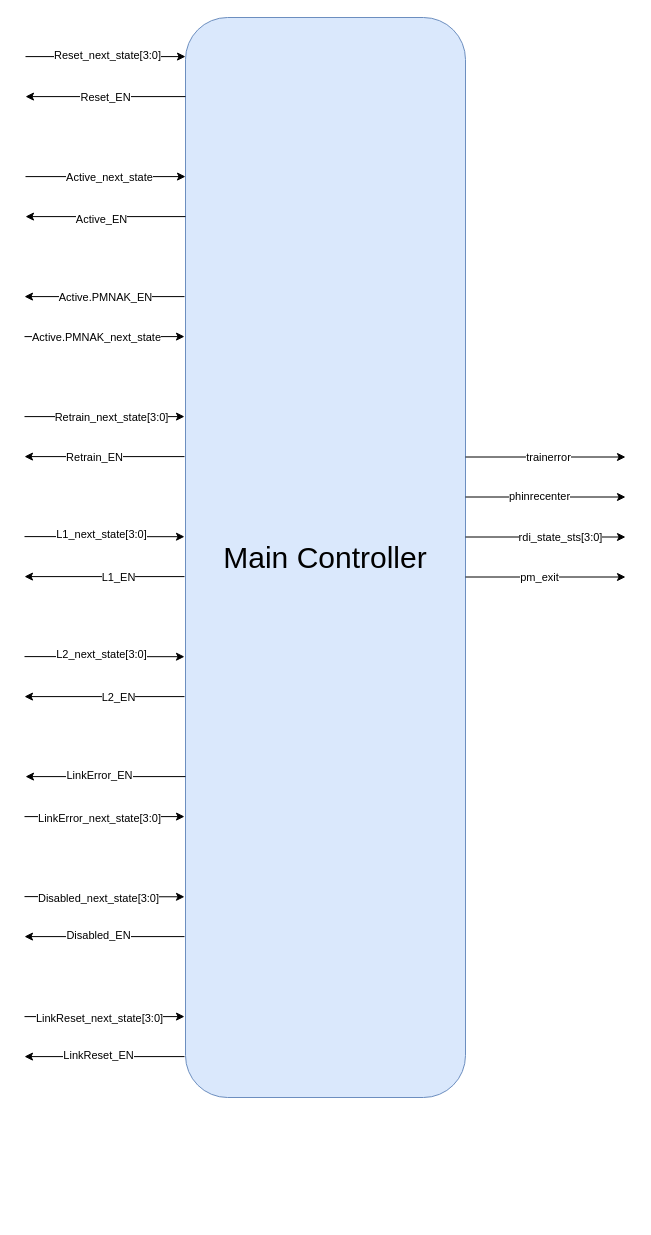
AbdallahMoSalah/UCIe-3.0-PHY-layer keeps this draw.io diagram as page "Main Controller" (11 of 20) of docs/SM/RDI_SM/RDI SM.drawio. Above is the earlier version. Source tidied: cells renumbered, new cells numbered last; positions are measured from the earlier drawing's top-left corner, leaving out a move shared by most shapes. Both pictures are drawn from the tidied source at 100%, with x=0, y=0 at pixel (24, 17).
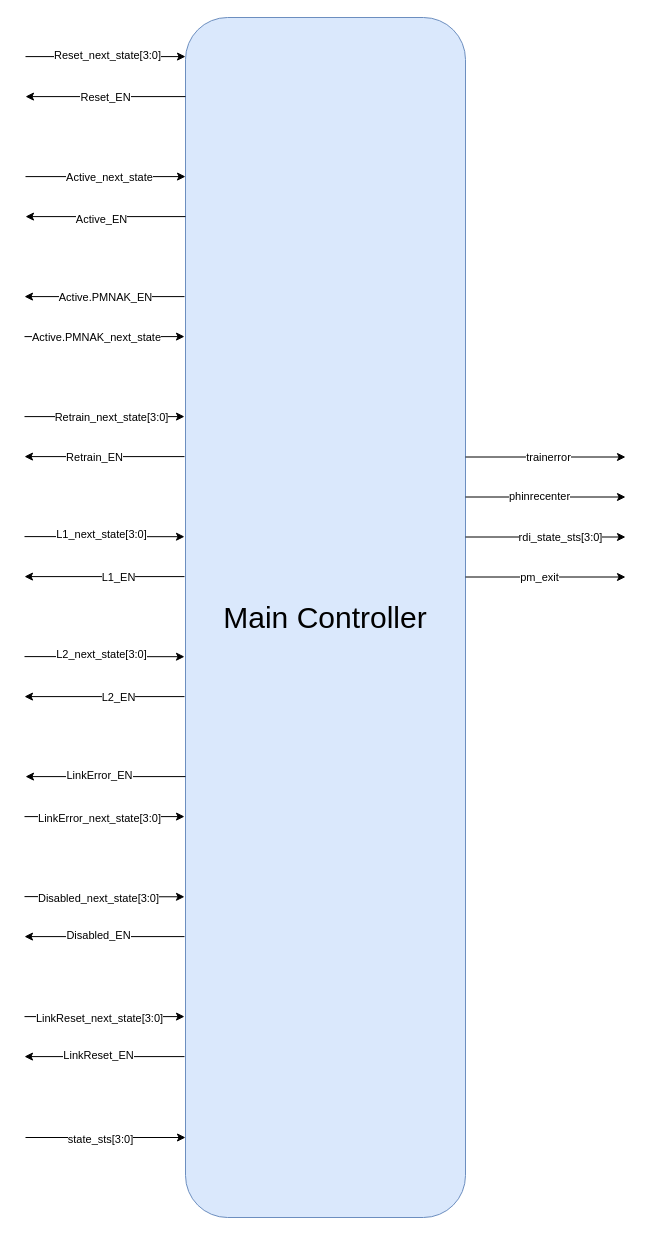
After the change.

The edit, as a diff of the source:
```diff
@@
     <mxCell id="2" value="&lt;font style=&quot;font-size: 30px;&quot;&gt;Main Controller&lt;/font&gt;" style="rounded=1;whiteSpace=wrap;html=1;fillColor=#dae8fc;strokeColor=#6c8ebf;" parent="1" vertex="1">
-      <mxGeometry x="161" width="280" height="1080" as="geometry" />
+      <mxGeometry x="161" width="280" height="1200" as="geometry" />
     </mxCell>
@@
+    <mxCell id="47" style="endArrow=classic;html=1;rounded=0;strokeColor=default;align=center;verticalAlign=middle;fontFamily=Helvetica;fontSize=11;fontColor=default;labelBackgroundColor=default;" parent="1" edge="1">
+      <mxGeometry relative="1" as="geometry">
+        <mxPoint x="1" y="1120" as="sourcePoint" />
+        <mxPoint x="161" y="1120" as="targetPoint" />
+      </mxGeometry>
+    </mxCell>
+    <mxCell id="48" value="state_sts[3:0]" style="edgeLabel;html=1;align=center;verticalAlign=middle;fontFamily=Helvetica;fontSize=11;fontColor=default;labelBackgroundColor=default;" parent="47" vertex="1">
+      <mxGeometry x="-0.08" y="-1" relative="1" as="geometry" />
+    </mxCell>
```
